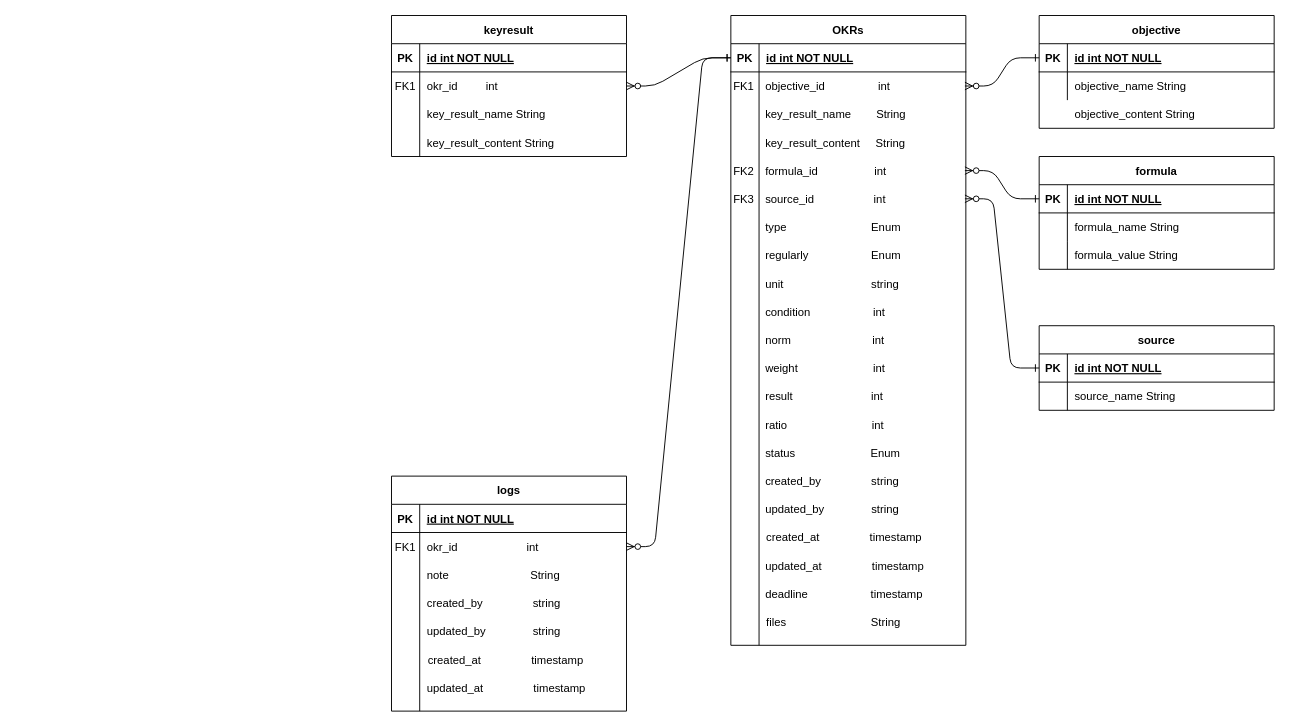
This is Biểu đồ không có tiêu đề.drawio from Giangphhe228/employeeManage, a draw.io file, before an edit. Source tidied: cells renumbered, new cells numbered last; positions are measured from the earlier drawing's top-left corner, leaving out a move shared by most shapes. Both pictures are drawn from the tidied source at 94%, with x=0, y=0 at pixel (391, 15).
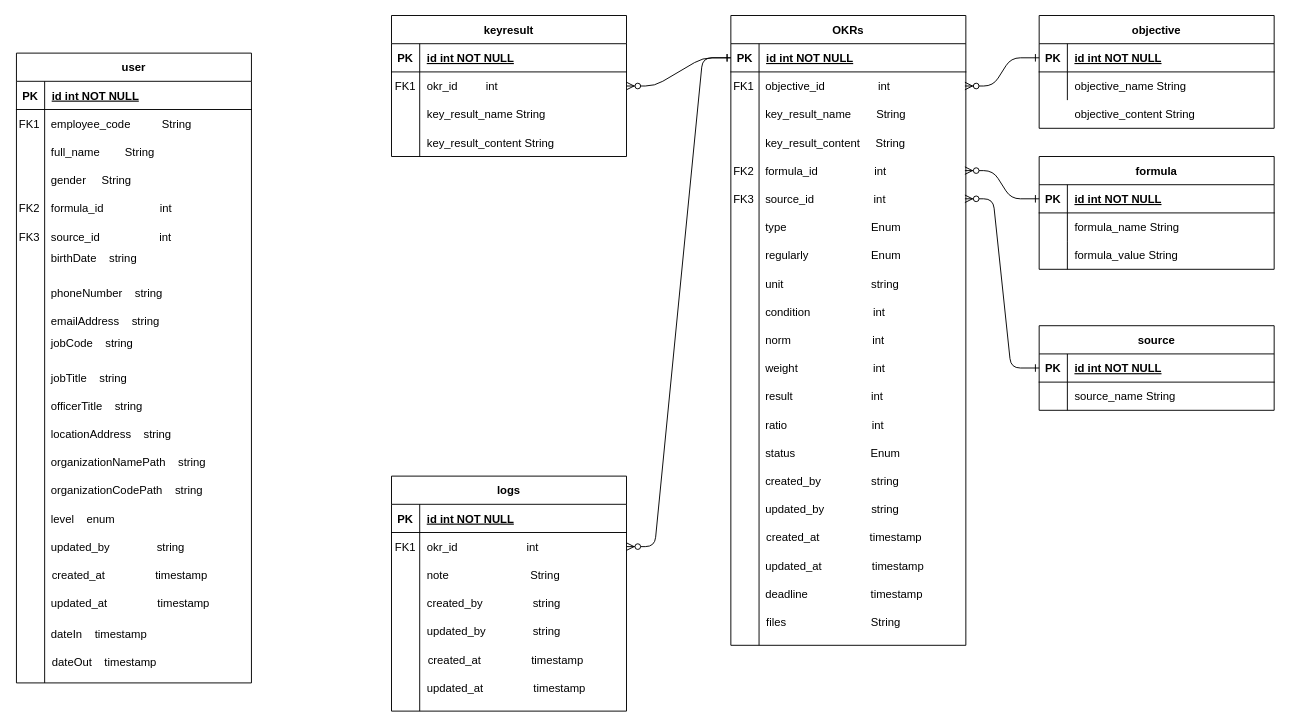
After the change.

Commit message (it also covers changes not shown here):
Cập nhật Biểu đồ không có tiêu đề.drawio

Change to the diagram source:
```diff
@@
+    <mxCell id="125" value="user" style="shape=table;startSize=30;childLayout=tableLayout;rowLines=0;fontStyle=1;align=center;" parent="1" vertex="1">
+      <mxGeometry x="-399" y="40" width="250" height="670" as="geometry" />
+    </mxCell>
+    <mxCell id="126" style="shape=partialRectangle;fillColor=none;top=0;left=0;right=0;bottom=1;" parent="125" vertex="1">
+      <mxGeometry y="30" width="250" height="30" as="geometry" />
+    </mxCell>
+    <mxCell id="127" value="PK" style="shape=partialRectangle;overflow=hidden;fillColor=none;top=0;left=0;bottom=0;right=0;fontStyle=1;" parent="126" vertex="1">
+      <mxGeometry width="30" height="30" as="geometry" />
+    </mxCell>
+    <mxCell id="128" value="id int NOT NULL " style="shape=partialRectangle;overflow=hidden;fillColor=none;top=0;left=0;bottom=0;right=0;align=left;spacingLeft=6;fontStyle=5;" parent="126" vertex="1">
+      <mxGeometry x="30" width="220" height="30" as="geometry" />
+    </mxCell>
+    <mxCell id="129" style="shape=partialRectangle;fillColor=none;top=0;left=0;right=0;bottom=0;" parent="125" vertex="1">
+      <mxGeometry y="60" width="250" height="610" as="geometry" />
+    </mxCell>
+    <mxCell id="130" style="shape=partialRectangle;overflow=hidden;fillColor=none;top=0;left=0;bottom=0;right=0;" parent="129" vertex="1">
+      <mxGeometry width="30" height="610" as="geometry" />
+    </mxCell>
+    <mxCell id="131" style="shape=partialRectangle;overflow=hidden;fillColor=none;top=0;left=0;bottom=0;right=0;align=left;spacingLeft=6;" parent="129" vertex="1">
+      <mxGeometry x="30" width="220" height="610" as="geometry" />
+    </mxCell>
+    <mxCell id="132" style="shape=partialRectangle;fillColor=none;top=0;left=0;right=0;bottom=0;" parent="1" vertex="1">
+      <mxGeometry x="-400" y="100" width="250" height="30" as="geometry" />
+    </mxCell>
+    <mxCell id="133" value="FK1" style="shape=partialRectangle;overflow=hidden;fillColor=none;top=0;left=0;bottom=0;right=0;" parent="132" vertex="1">
+      <mxGeometry width="30" height="30" as="geometry" />
+    </mxCell>
+    <mxCell id="134" value="employee_code          String" style="shape=partialRectangle;overflow=hidden;fillColor=none;top=0;left=0;bottom=0;right=0;align=left;spacingLeft=6;" parent="132" vertex="1">
+      <mxGeometry x="30" width="220" height="30" as="geometry" />
+    </mxCell>
+    <mxCell id="135" style="shape=partialRectangle;fillColor=none;top=0;left=0;right=0;bottom=0;" parent="1" vertex="1">
+      <mxGeometry x="-400" y="130" width="250" height="30" as="geometry" />
+    </mxCell>
+    <mxCell id="136" style="shape=partialRectangle;overflow=hidden;fillColor=none;top=0;left=0;bottom=0;right=0;" parent="135" vertex="1">
+      <mxGeometry width="30" height="30" as="geometry" />
+    </mxCell>
+    <mxCell id="137" value="full_name        String" style="shape=partialRectangle;overflow=hidden;fillColor=none;top=0;left=0;bottom=0;right=0;align=left;spacingLeft=6;" parent="135" vertex="1">
+      <mxGeometry x="30" width="220" height="30" as="geometry" />
+    </mxCell>
+    <mxCell id="138" style="shape=partialRectangle;fillColor=none;top=0;left=0;right=0;bottom=0;" parent="1" vertex="1">
+      <mxGeometry x="-400" y="160" width="250" height="30" as="geometry" />
+    </mxCell>
+    <mxCell id="139" style="shape=partialRectangle;overflow=hidden;fillColor=none;top=0;left=0;bottom=0;right=0;" parent="138" vertex="1">
+      <mxGeometry width="30" height="30" as="geometry" />
+    </mxCell>
+    <mxCell id="140" value="gender     String" style="shape=partialRectangle;overflow=hidden;fillColor=none;top=0;left=0;bottom=0;right=0;align=left;spacingLeft=6;" parent="138" vertex="1">
+      <mxGeometry x="30" width="220" height="30" as="geometry" />
+    </mxCell>
+    <mxCell id="141" style="shape=partialRectangle;fillColor=none;top=0;left=0;right=0;bottom=0;" parent="1" vertex="1">
+      <mxGeometry x="-400" y="190" width="250" height="30" as="geometry" />
+    </mxCell>
+    <mxCell id="142" value="FK2" style="shape=partialRectangle;overflow=hidden;fillColor=none;top=0;left=0;bottom=0;right=0;" parent="141" vertex="1">
+      <mxGeometry width="30" height="30" as="geometry" />
+    </mxCell>
+    <mxCell id="143" value="formula_id                  int" style="shape=partialRectangle;overflow=hidden;fillColor=none;top=0;left=0;bottom=0;right=0;align=left;spacingLeft=6;" parent="141" vertex="1">
+      <mxGeometry x="30" width="220" height="30" as="geometry" />
+    </mxCell>
+    <mxCell id="144" style="shape=partialRectangle;fillColor=none;top=0;left=0;right=0;bottom=0;" parent="1" vertex="1">
+      <mxGeometry x="-400" y="220" width="250" height="30" as="geometry" />
+    </mxCell>
+    <mxCell id="145" value="FK3" style="shape=partialRectangle;overflow=hidden;fillColor=none;top=0;left=0;bottom=0;right=0;" parent="144" vertex="1">
+      <mxGeometry width="30" height="30" as="geometry" />
+    </mxCell>
+    <mxCell id="146" value="source_id                   int" style="shape=partialRectangle;overflow=hidden;fillColor=none;top=0;left=0;bottom=0;right=0;align=left;spacingLeft=6;" parent="144" vertex="1">
+      <mxGeometry x="30" width="220" height="30" as="geometry" />
+    </mxCell>
+    <mxCell id="147" style="shape=partialRectangle;fillColor=none;top=0;left=0;right=0;bottom=0;" parent="1" vertex="1">
+      <mxGeometry x="-400" y="250" width="250" height="30" as="geometry" />
+    </mxCell>
+    <mxCell id="148" style="shape=partialRectangle;overflow=hidden;fillColor=none;top=0;left=0;bottom=0;right=0;" parent="147" vertex="1">
+      <mxGeometry width="30" height="30" as="geometry" />
+    </mxCell>
+    <mxCell id="149" value="birthDate    string&#10;" style="shape=partialRectangle;overflow=hidden;fillColor=none;top=0;left=0;bottom=0;right=0;align=left;spacingLeft=6;" parent="147" vertex="1">
+      <mxGeometry x="30" width="220" height="30" as="geometry" />
+    </mxCell>
+    <mxCell id="150" style="shape=partialRectangle;fillColor=none;top=0;left=0;right=0;bottom=0;" parent="1" vertex="1">
+      <mxGeometry x="-400" y="280" width="250" height="30" as="geometry" />
+    </mxCell>
+    <mxCell id="151" style="shape=partialRectangle;overflow=hidden;fillColor=none;top=0;left=0;bottom=0;right=0;" parent="150" vertex="1">
+      <mxGeometry width="30" height="30" as="geometry" />
+    </mxCell>
+    <mxCell id="152" value="phoneNumber    string" style="shape=partialRectangle;overflow=hidden;fillColor=none;top=0;left=0;bottom=0;right=0;align=left;spacingLeft=6;" parent="150" vertex="1">
+      <mxGeometry x="30" width="220" height="30" as="geometry" />
+    </mxCell>
+    <mxCell id="153" style="shape=partialRectangle;fillColor=none;top=0;left=0;right=0;bottom=0;" parent="1" vertex="1">
+      <mxGeometry x="-400" y="310" width="250" height="30" as="geometry" />
+    </mxCell>
+    <mxCell id="154" style="shape=partialRectangle;overflow=hidden;fillColor=none;top=0;left=0;bottom=0;right=0;" parent="153" vertex="1">
+      <mxGeometry width="30" height="30" as="geometry" />
+    </mxCell>
+    <mxCell id="155" value="emailAddress    string" style="shape=partialRectangle;overflow=hidden;fillColor=none;top=0;left=0;bottom=0;right=0;align=left;spacingLeft=6;" parent="153" vertex="1">
+      <mxGeometry x="30" width="220" height="30" as="geometry" />
+    </mxCell>
+    <mxCell id="156" style="shape=partialRectangle;fillColor=none;top=0;left=0;right=0;bottom=0;" parent="1" vertex="1">
+      <mxGeometry x="-400" y="340" width="250" height="30" as="geometry" />
+    </mxCell>
+    <mxCell id="157" style="shape=partialRectangle;overflow=hidden;fillColor=none;top=0;left=0;bottom=0;right=0;" parent="156" vertex="1">
+      <mxGeometry width="30" height="30" as="geometry" />
+    </mxCell>
+    <mxCell id="158" value="jobCode    string&#10;" style="shape=partialRectangle;overflow=hidden;fillColor=none;top=0;left=0;bottom=0;right=0;align=left;spacingLeft=6;" parent="156" vertex="1">
+      <mxGeometry x="30" width="220" height="30" as="geometry" />
+    </mxCell>
+    <mxCell id="159" style="shape=partialRectangle;fillColor=none;top=0;left=0;right=0;bottom=0;" parent="1" vertex="1">
+      <mxGeometry x="-400" y="370" width="250" height="30" as="geometry" />
+    </mxCell>
+    <mxCell id="160" style="shape=partialRectangle;overflow=hidden;fillColor=none;top=0;left=0;bottom=0;right=0;" parent="159" vertex="1">
+      <mxGeometry width="30" height="30" as="geometry" />
+    </mxCell>
+    <mxCell id="161" value="jobTitle    string " style="shape=partialRectangle;overflow=hidden;fillColor=none;top=0;left=0;bottom=0;right=0;align=left;spacingLeft=6;" parent="159" vertex="1">
+      <mxGeometry x="30" width="220" height="30" as="geometry" />
+    </mxCell>
+    <mxCell id="162" style="shape=partialRectangle;fillColor=none;top=0;left=0;right=0;bottom=0;" parent="1" vertex="1">
+      <mxGeometry x="-400" y="400" width="250" height="30" as="geometry" />
+    </mxCell>
+    <mxCell id="163" style="shape=partialRectangle;overflow=hidden;fillColor=none;top=0;left=0;bottom=0;right=0;" parent="162" vertex="1">
+      <mxGeometry width="30" height="30" as="geometry" />
+    </mxCell>
+    <mxCell id="164" value="officerTitle    string" style="shape=partialRectangle;overflow=hidden;fillColor=none;top=0;left=0;bottom=0;right=0;align=left;spacingLeft=6;" parent="162" vertex="1">
+      <mxGeometry x="30" width="220" height="30" as="geometry" />
+    </mxCell>
+    <mxCell id="165" style="shape=partialRectangle;fillColor=none;top=0;left=0;right=0;bottom=0;" parent="1" vertex="1">
+      <mxGeometry x="-400" y="430" width="250" height="30" as="geometry" />
+    </mxCell>
+    <mxCell id="166" style="shape=partialRectangle;overflow=hidden;fillColor=none;top=0;left=0;bottom=0;right=0;" parent="165" vertex="1">
+      <mxGeometry width="30" height="30" as="geometry" />
+    </mxCell>
+    <mxCell id="167" value="locationAddress    string" style="shape=partialRectangle;overflow=hidden;fillColor=none;top=0;left=0;bottom=0;right=0;align=left;spacingLeft=6;" parent="165" vertex="1">
+      <mxGeometry x="30" width="220" height="30" as="geometry" />
+    </mxCell>
+    <mxCell id="168" style="shape=partialRectangle;fillColor=none;top=0;left=0;right=0;bottom=0;" parent="1" vertex="1">
+      <mxGeometry x="-400" y="460" width="250" height="30" as="geometry" />
+    </mxCell>
+    <mxCell id="169" style="shape=partialRectangle;overflow=hidden;fillColor=none;top=0;left=0;bottom=0;right=0;" parent="168" vertex="1">
+      <mxGeometry width="30" height="30" as="geometry" />
+    </mxCell>
+    <mxCell id="170" value="organizationNamePath    string" style="shape=partialRectangle;overflow=hidden;fillColor=none;top=0;left=0;bottom=0;right=0;align=left;spacingLeft=6;" parent="168" vertex="1">
+      <mxGeometry x="30" width="220" height="30" as="geometry" />
+    </mxCell>
+    <mxCell id="171" style="shape=partialRectangle;fillColor=none;top=0;left=0;right=0;bottom=0;" parent="1" vertex="1">
+      <mxGeometry x="-400" y="490" width="250" height="30" as="geometry" />
+    </mxCell>
+    <mxCell id="172" style="shape=partialRectangle;overflow=hidden;fillColor=none;top=0;left=0;bottom=0;right=0;" parent="171" vertex="1">
+      <mxGeometry width="30" height="30" as="geometry" />
+    </mxCell>
+    <mxCell id="173" value="organizationCodePath    string" style="shape=partialRectangle;overflow=hidden;fillColor=none;top=0;left=0;bottom=0;right=0;align=left;spacingLeft=6;" parent="171" vertex="1">
+      <mxGeometry x="30" width="220" height="30" as="geometry" />
+    </mxCell>
+    <mxCell id="174" style="shape=partialRectangle;fillColor=none;top=0;left=0;right=0;bottom=0;" parent="1" vertex="1">
+      <mxGeometry x="-400" y="520" width="250" height="30" as="geometry" />
+    </mxCell>
+    <mxCell id="175" style="shape=partialRectangle;overflow=hidden;fillColor=none;top=0;left=0;bottom=0;right=0;" parent="174" vertex="1">
+      <mxGeometry width="30" height="30" as="geometry" />
+    </mxCell>
+    <mxCell id="176" value="level    enum" style="shape=partialRectangle;overflow=hidden;fillColor=none;top=0;left=0;bottom=0;right=0;align=left;spacingLeft=6;" parent="174" vertex="1">
+      <mxGeometry x="30" width="220" height="30" as="geometry" />
+    </mxCell>
+    <mxCell id="177" style="shape=partialRectangle;fillColor=none;top=0;left=0;right=0;bottom=0;" parent="1" vertex="1">
+      <mxGeometry x="-400" y="550" width="250" height="30" as="geometry" />
+    </mxCell>
+    <mxCell id="178" style="shape=partialRectangle;overflow=hidden;fillColor=none;top=0;left=0;bottom=0;right=0;" parent="177" vertex="1">
+      <mxGeometry width="30" height="30" as="geometry" />
+    </mxCell>
+    <mxCell id="179" value="updated_by               string" style="shape=partialRectangle;overflow=hidden;fillColor=none;top=0;left=0;bottom=0;right=0;align=left;spacingLeft=6;" parent="177" vertex="1">
+      <mxGeometry x="30" width="220" height="30" as="geometry" />
+    </mxCell>
+    <mxCell id="180" value="created_at                timestamp" style="shape=partialRectangle;overflow=hidden;fillColor=none;top=0;left=0;bottom=0;right=0;align=left;spacingLeft=6;" parent="1" vertex="1">
+      <mxGeometry x="-369" y="580" width="220" height="30" as="geometry" />
+    </mxCell>
+    <mxCell id="181" value="updated_at                timestamp" style="shape=partialRectangle;overflow=hidden;fillColor=none;top=0;left=0;bottom=0;right=0;align=left;spacingLeft=6;" parent="1" vertex="1">
+      <mxGeometry x="-370" y="610" width="220" height="30" as="geometry" />
+    </mxCell>
+    <mxCell id="182" value="dateIn    timestamp&#10; " style="shape=partialRectangle;overflow=hidden;fillColor=none;top=0;left=0;bottom=0;right=0;align=left;spacingLeft=6;" parent="1" vertex="1">
+      <mxGeometry x="-370" y="650" width="220" height="30" as="geometry" />
+    </mxCell>
+    <mxCell id="183" value="dateOut    timestamp&#10;" style="shape=partialRectangle;overflow=hidden;fillColor=none;top=0;left=0;bottom=0;right=0;align=left;spacingLeft=6;" parent="1" vertex="1">
+      <mxGeometry x="-369" y="680" width="220" height="30" as="geometry" />
+    </mxCell>
```
